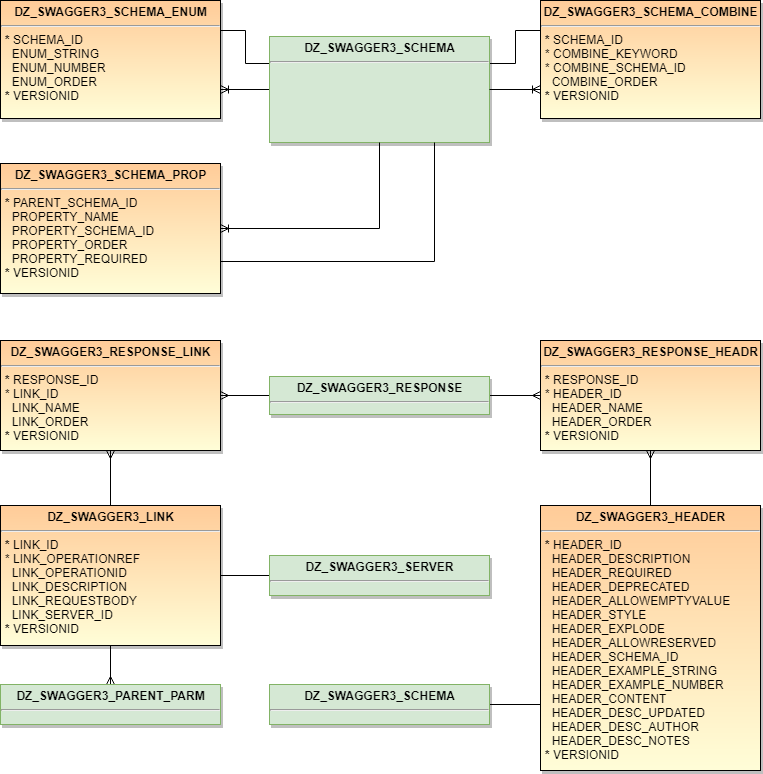
Earlier version of the draw.io export Doc/ERD3.png (pauldzy/DZ_SWAGGER3). Source tidied: cells renumbered, new cells last; positions are measured from the earlier drawing's top-left corner, leaving out a move shared by most shapes.
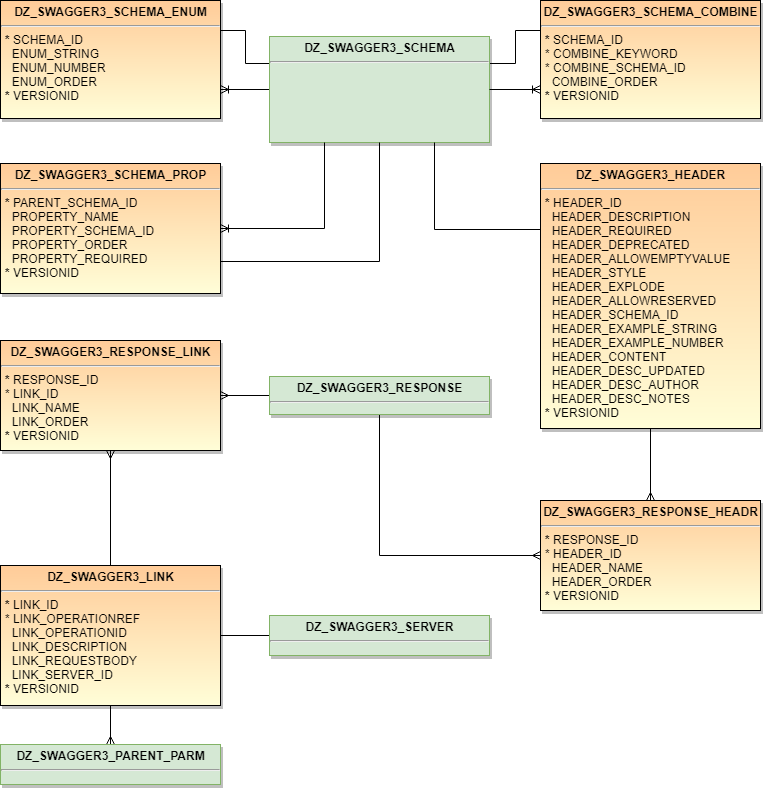
The same file after the commit.

Diff of the diagram source:
```diff
@@ -23,10 +23,10 @@
     <mxCell id="8" value="&lt;p style=&quot;margin: 0px ; margin-top: 4px ; text-align: center&quot;&gt;&lt;strong&gt;DZ_SWAGGER3_SCHEMA_ENUM&lt;/strong&gt;&lt;/p&gt;&lt;hr&gt;&lt;p style=&quot;margin: 0px ; margin-left: 4px&quot;&gt;&lt;b&gt;*&lt;/b&gt;&amp;nbsp;SCHEMA_ID&lt;/p&gt;&lt;p style=&quot;margin: 0px ; margin-left: 4px&quot;&gt;&amp;nbsp; ENUM_STRING&lt;/p&gt;&lt;p style=&quot;margin: 0px ; margin-left: 4px&quot;&gt;&amp;nbsp; ENUM_NUMBER&lt;/p&gt;&lt;p style=&quot;margin: 0px ; margin-left: 4px&quot;&gt;&amp;nbsp; ENUM_ORDER&lt;/p&gt;&lt;p style=&quot;margin: 0px ; margin-left: 4px&quot;&gt;&lt;b&gt;*&lt;/b&gt;&lt;span&gt; VERSIONID&lt;/span&gt;&lt;/p&gt;" style="shadow=1;fillColor=#FFCC99;gradientColor=#FFFED8;verticalAlign=top;align=left;overflow=fill;fontSize=12;fontFamily=Helvetica;html=1;" parent="1" vertex="1">
       <mxGeometry width="220" height="118" as="geometry" />
     </mxCell>
-    <mxCell id="9" style="edgeStyle=orthogonalEdgeStyle;rounded=0;html=1;exitX=1;exitY=0.5;entryX=0.5;entryY=1;startArrow=ERoneToMany;startFill=0;endArrow=none;endFill=0;jettySize=auto;entryDx=0;entryDy=0;exitDx=0;exitDy=0;" parent="1" edge="1" source="11" target="5">
+    <mxCell id="9" style="edgeStyle=orthogonalEdgeStyle;rounded=0;html=1;exitX=1;exitY=0.5;entryX=0.25;entryY=1;startArrow=ERoneToMany;startFill=0;endArrow=none;endFill=0;jettySize=auto;entryDx=0;entryDy=0;exitDx=0;exitDy=0;" parent="1" edge="1" source="11" target="5">
       <mxGeometry relative="1" as="geometry" />
     </mxCell>
-    <mxCell id="10" style="edgeStyle=orthogonalEdgeStyle;rounded=0;jettySize=auto;html=1;exitX=1;exitY=0.75;exitDx=0;exitDy=0;entryX=0.75;entryY=1;entryDx=0;entryDy=0;endArrow=none;endFill=0;" parent="1" edge="1" source="11" target="5">
+    <mxCell id="10" style="edgeStyle=orthogonalEdgeStyle;rounded=0;jettySize=auto;html=1;exitX=1;exitY=0.75;exitDx=0;exitDy=0;entryX=0.5;entryY=1;entryDx=0;entryDy=0;endArrow=none;endFill=0;" parent="1" edge="1" source="11" target="5">
       <mxGeometry relative="1" as="geometry" />
     </mxCell>
     <mxCell id="11" value="&lt;p style=&quot;margin: 0px ; margin-top: 4px ; text-align: center&quot;&gt;&lt;strong&gt;DZ_SWAGGER3_SCHEMA_PROP&lt;/strong&gt;&lt;/p&gt;&lt;hr&gt;&lt;p style=&quot;margin: 0px ; margin-left: 4px&quot;&gt;&lt;b&gt;*&lt;/b&gt;&amp;nbsp;PARENT_SCHEMA_ID&lt;/p&gt;&lt;p style=&quot;margin: 0px ; margin-left: 4px&quot;&gt;&amp;nbsp; PROPERTY_NAME&lt;/p&gt;&lt;p style=&quot;margin: 0px ; margin-left: 4px&quot;&gt;&amp;nbsp; PROPERTY_SCHEMA_ID&lt;/p&gt;&lt;p style=&quot;margin: 0px ; margin-left: 4px&quot;&gt;&amp;nbsp; PROPERTY_ORDER&lt;/p&gt;&lt;p style=&quot;margin: 0px ; margin-left: 4px&quot;&gt;&amp;nbsp; PROPERTY_REQUIRED&lt;/p&gt;&lt;p style=&quot;margin: 0px ; margin-left: 4px&quot;&gt;&lt;b&gt;*&lt;/b&gt;&lt;span&gt; VERSIONID&lt;/span&gt;&lt;/p&gt;" style="shadow=1;fillColor=#FFCC99;gradientColor=#FFFED8;verticalAlign=top;align=left;overflow=fill;fontSize=12;fontFamily=Helvetica;html=1;" parent="1" vertex="1">
@@ -38,7 +38,7 @@
     <mxCell id="13" style="edgeStyle=orthogonalEdgeStyle;rounded=0;jettySize=auto;html=1;exitX=0;exitY=0.5;exitDx=0;exitDy=0;entryX=1;entryY=0.5;entryDx=0;entryDy=0;endArrow=ERmany;endFill=0;" parent="1" edge="1" source="15" target="12">
       <mxGeometry relative="1" as="geometry" />
     </mxCell>
-    <mxCell id="14" style="edgeStyle=orthogonalEdgeStyle;rounded=0;jettySize=auto;html=1;exitX=1;exitY=0.5;exitDx=0;exitDy=0;entryX=0;entryY=0.5;entryDx=0;entryDy=0;endArrow=ERmany;endFill=0;" parent="1" edge="1" source="15" target="22">
+    <mxCell id="14" style="edgeStyle=orthogonalEdgeStyle;rounded=0;jettySize=auto;html=1;exitX=0.5;exitY=1;exitDx=0;exitDy=0;entryX=0;entryY=0.5;entryDx=0;entryDy=0;endArrow=ERmany;endFill=0;" parent="1" edge="1" source="15" target="22">
       <mxGeometry relative="1" as="geometry" />
     </mxCell>
     <mxCell id="15" value="&lt;p style=&quot;margin: 0px ; margin-top: 4px ; text-align: center&quot;&gt;&lt;strong&gt;DZ_SWAGGER3_RESPONSE&lt;/strong&gt;&lt;/p&gt;&lt;hr&gt;&lt;p style=&quot;margin: 0px ; margin-left: 4px&quot;&gt;&lt;br&gt;&lt;/p&gt;" style="shadow=1;fillColor=#d5e8d4;verticalAlign=top;align=left;overflow=fill;fontSize=12;fontFamily=Helvetica;html=1;strokeColor=#82b366;" parent="1" vertex="1">
@@ -54,28 +54,25 @@
       <mxGeometry relative="1" as="geometry" />
     </mxCell>
     <mxCell id="19" value="&lt;p style=&quot;margin: 0px ; margin-top: 4px ; text-align: center&quot;&gt;&lt;strong&gt;DZ_SWAGGER3_LINK&lt;/strong&gt;&lt;/p&gt;&lt;hr&gt;&lt;p style=&quot;margin: 0px ; margin-left: 4px&quot;&gt;&lt;b&gt;*&lt;/b&gt;&amp;nbsp;LINK_ID&lt;/p&gt;&lt;p style=&quot;margin: 0px ; margin-left: 4px&quot;&gt;* LINK_OPERATIONREF&lt;/p&gt;&lt;p style=&quot;margin: 0px ; margin-left: 4px&quot;&gt;&amp;nbsp; LINK_OPERATIONID&lt;/p&gt;&lt;p style=&quot;margin: 0px ; margin-left: 4px&quot;&gt;&amp;nbsp; LINK_DESCRIPTION&lt;/p&gt;&lt;p style=&quot;margin: 0px ; margin-left: 4px&quot;&gt;&amp;nbsp; LINK_REQUESTBODY&lt;/p&gt;&lt;p style=&quot;margin: 0px ; margin-left: 4px&quot;&gt;&amp;nbsp; LINK_SERVER_ID&lt;/p&gt;&lt;p style=&quot;margin: 0px ; margin-left: 4px&quot;&gt;&lt;b&gt;*&lt;/b&gt;&lt;span&gt; VERSIONID&lt;/span&gt;&lt;/p&gt;" style="shadow=1;fillColor=#FFCC99;gradientColor=#FFFED8;verticalAlign=top;align=left;overflow=fill;fontSize=12;fontFamily=Helvetica;html=1;" parent="1" vertex="1">
-      <mxGeometry y="505" width="220" height="140" as="geometry" />
+      <mxGeometry y="565" width="220" height="140" as="geometry" />
     </mxCell>
     <mxCell id="20" value="&lt;p style=&quot;margin: 0px ; margin-top: 4px ; text-align: center&quot;&gt;&lt;strong&gt;DZ_SWAGGER3_PARENT_PARM&lt;/strong&gt;&lt;/p&gt;&lt;hr&gt;&lt;p style=&quot;margin: 0px ; margin-left: 4px&quot;&gt;&lt;br&gt;&lt;/p&gt;" style="shadow=1;fillColor=#d5e8d4;verticalAlign=top;align=left;overflow=fill;fontSize=12;fontFamily=Helvetica;html=1;strokeColor=#82b366;" parent="1" vertex="1">
-      <mxGeometry y="684" width="220" height="40" as="geometry" />
+      <mxGeometry y="744" width="220" height="40" as="geometry" />
     </mxCell>
     <mxCell id="21" value="&lt;p style=&quot;margin: 0px ; margin-top: 4px ; text-align: center&quot;&gt;&lt;strong&gt;DZ_SWAGGER3_SERVER&lt;/strong&gt;&lt;/p&gt;&lt;hr&gt;&lt;p style=&quot;margin: 0px ; margin-left: 4px&quot;&gt;&lt;br&gt;&lt;/p&gt;" style="shadow=1;fillColor=#d5e8d4;verticalAlign=top;align=left;overflow=fill;fontSize=12;fontFamily=Helvetica;html=1;strokeColor=#82b366;" parent="1" vertex="1">
-      <mxGeometry x="269" y="555" width="220" height="40" as="geometry" />
+      <mxGeometry x="269" y="615" width="220" height="40" as="geometry" />
     </mxCell>
     <mxCell id="22" value="&lt;p style=&quot;margin: 0px ; margin-top: 4px ; text-align: center&quot;&gt;&lt;strong&gt;DZ_SWAGGER3_RESPONSE_HEADR&lt;/strong&gt;&lt;/p&gt;&lt;hr&gt;&lt;p style=&quot;margin: 0px ; margin-left: 4px&quot;&gt;&lt;b&gt;*&lt;/b&gt;&amp;nbsp;RESPONSE_ID&lt;/p&gt;&lt;p style=&quot;margin: 0px ; margin-left: 4px&quot;&gt;* HEADER_ID&lt;/p&gt;&lt;p style=&quot;margin: 0px ; margin-left: 4px&quot;&gt;&amp;nbsp; HEADER_NAME&lt;/p&gt;&lt;p style=&quot;margin: 0px ; margin-left: 4px&quot;&gt;&amp;nbsp; HEADER_ORDER&lt;/p&gt;&lt;p style=&quot;margin: 0px ; margin-left: 4px&quot;&gt;&lt;b&gt;*&lt;/b&gt;&lt;span&gt; VERSIONID&lt;/span&gt;&lt;/p&gt;" style="shadow=1;fillColor=#FFCC99;gradientColor=#FFFED8;verticalAlign=top;align=left;overflow=fill;fontSize=12;fontFamily=Helvetica;html=1;" parent="1" vertex="1">
-      <mxGeometry x="540" y="340" width="220" height="110" as="geometry" />
+      <mxGeometry x="540" y="500" width="220" height="110" as="geometry" />
     </mxCell>
-    <mxCell id="23" style="edgeStyle=orthogonalEdgeStyle;rounded=0;jettySize=auto;html=1;exitX=0.5;exitY=0;exitDx=0;exitDy=0;entryX=0.5;entryY=1;entryDx=0;entryDy=0;endArrow=ERmany;endFill=0;" parent="1" edge="1" source="25" target="22">
+    <mxCell id="23" style="edgeStyle=orthogonalEdgeStyle;rounded=0;jettySize=auto;html=1;exitX=0.5;exitY=1;exitDx=0;exitDy=0;entryX=0.5;entryY=0;entryDx=0;entryDy=0;endArrow=ERmany;endFill=0;" parent="1" edge="1" source="25" target="22">
       <mxGeometry relative="1" as="geometry" />
     </mxCell>
-    <mxCell id="24" style="edgeStyle=orthogonalEdgeStyle;rounded=0;jettySize=auto;html=1;exitX=0;exitY=0.75;exitDx=0;exitDy=0;entryX=1;entryY=0.5;entryDx=0;entryDy=0;endArrow=none;endFill=0;" parent="1" edge="1" source="25" target="26">
+    <mxCell id="24" style="edgeStyle=orthogonalEdgeStyle;rounded=0;jettySize=auto;html=1;exitX=0;exitY=0.25;exitDx=0;exitDy=0;entryX=0.75;entryY=1;entryDx=0;entryDy=0;endArrow=none;endFill=0;" parent="1" edge="1" source="25" target="5">
       <mxGeometry relative="1" as="geometry" />
     </mxCell>
     <mxCell id="25" value="&lt;p style=&quot;margin: 0px ; margin-top: 4px ; text-align: center&quot;&gt;&lt;strong&gt;DZ_SWAGGER3_HEADER&lt;/strong&gt;&lt;/p&gt;&lt;hr&gt;&lt;p style=&quot;margin: 0px ; margin-left: 4px&quot;&gt;&lt;b&gt;*&lt;/b&gt;&amp;nbsp;HEADER_ID&lt;/p&gt;&lt;p style=&quot;margin: 0px ; margin-left: 4px&quot;&gt;&amp;nbsp; HEADER_DESCRIPTION&lt;/p&gt;&lt;p style=&quot;margin: 0px ; margin-left: 4px&quot;&gt;&amp;nbsp; HEADER_REQUIRED&lt;/p&gt;&lt;p style=&quot;margin: 0px ; margin-left: 4px&quot;&gt;&amp;nbsp; HEADER_DEPRECATED&lt;/p&gt;&lt;p style=&quot;margin: 0px ; margin-left: 4px&quot;&gt;&amp;nbsp; HEADER_ALLOWEMPTYVALUE&lt;/p&gt;&lt;p style=&quot;margin: 0px ; margin-left: 4px&quot;&gt;&amp;nbsp; HEADER_STYLE&lt;/p&gt;&lt;p style=&quot;margin: 0px ; margin-left: 4px&quot;&gt;&amp;nbsp; HEADER_EXPLODE&lt;/p&gt;&lt;p style=&quot;margin: 0px ; margin-left: 4px&quot;&gt;&amp;nbsp; HEADER_ALLOWRESERVED&lt;/p&gt;&lt;p style=&quot;margin: 0px ; margin-left: 4px&quot;&gt;&amp;nbsp; HEADER_SCHEMA_ID&lt;/p&gt;&lt;p style=&quot;margin: 0px ; margin-left: 4px&quot;&gt;&amp;nbsp; HEADER_EXAMPLE_STRING&lt;/p&gt;&lt;p style=&quot;margin: 0px ; margin-left: 4px&quot;&gt;&amp;nbsp; HEADER_EXAMPLE_NUMBER&lt;/p&gt;&lt;p style=&quot;margin: 0px ; margin-left: 4px&quot;&gt;&amp;nbsp; HEADER_CONTENT&lt;/p&gt;&lt;p style=&quot;margin: 0px ; margin-left: 4px&quot;&gt;&amp;nbsp; HEADER_DESC_UPDATED&lt;/p&gt;&lt;p style=&quot;margin: 0px ; margin-left: 4px&quot;&gt;&amp;nbsp; HEADER_DESC_AUTHOR&lt;/p&gt;&lt;p style=&quot;margin: 0px ; margin-left: 4px&quot;&gt;&amp;nbsp; HEADER_DESC_NOTES&lt;/p&gt;&lt;p style=&quot;margin: 0px ; margin-left: 4px&quot;&gt;&lt;b&gt;*&lt;/b&gt;&lt;span&gt; VERSIONID&lt;/span&gt;&lt;/p&gt;" style="shadow=1;fillColor=#FFCC99;gradientColor=#FFFED8;verticalAlign=top;align=left;overflow=fill;fontSize=12;fontFamily=Helvetica;html=1;" parent="1" vertex="1">
-      <mxGeometry x="540" y="505" width="220" height="265" as="geometry" />
+      <mxGeometry x="540" y="163" width="220" height="265" as="geometry" />
     </mxCell>
-    <mxCell id="26" value="&lt;p style=&quot;margin: 0px ; margin-top: 4px ; text-align: center&quot;&gt;&lt;strong&gt;DZ_SWAGGER3_SCHEMA&lt;/strong&gt;&lt;/p&gt;&lt;hr&gt;&lt;p style=&quot;margin: 0px ; margin-left: 4px&quot;&gt;&lt;br&gt;&lt;/p&gt;" style="shadow=1;fillColor=#d5e8d4;verticalAlign=top;align=left;overflow=fill;fontSize=12;fontFamily=Helvetica;html=1;strokeColor=#82b366;" parent="1" vertex="1">
-      <mxGeometry x="269" y="684" width="220" height="40" as="geometry" />
-    </mxCell>
   </root>
 </mxGraphModel>
```
